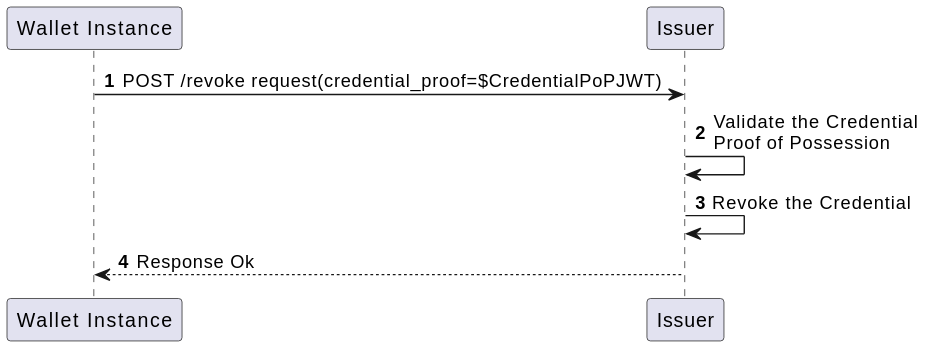
This is images/Low-Level-Flow-Revocation.svg from italia/eudi-wallet-it-docs, a PlantUML export, as it was before one commit.
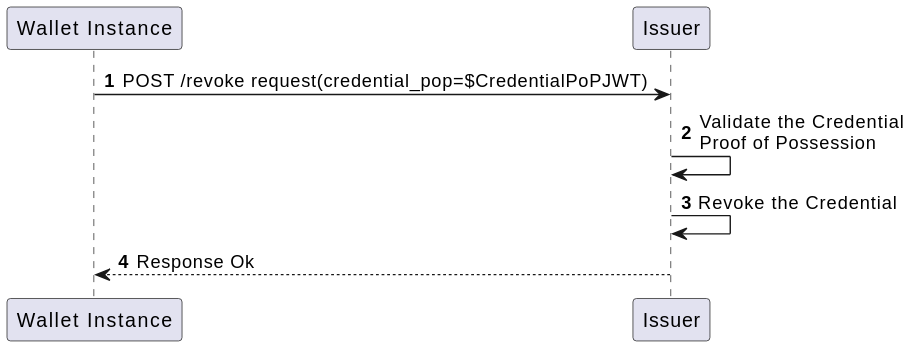
After the change.

Commit message:
fix: credential_proof -> credential_pop

Change to the diagram source:
```diff
@@ -3,7 +3,7 @@
 participant "Wallet Instance" as wi
 participant "Issuer" as i
 
-wi -> i: POST /revoke request(credential_proof=$CredentialPoPJWT)
+wi -> i: POST /revoke request(credential_pop=$CredentialPoPJWT)
 
 i -> i: Validate the Credential\nProof of Possession
 
```
